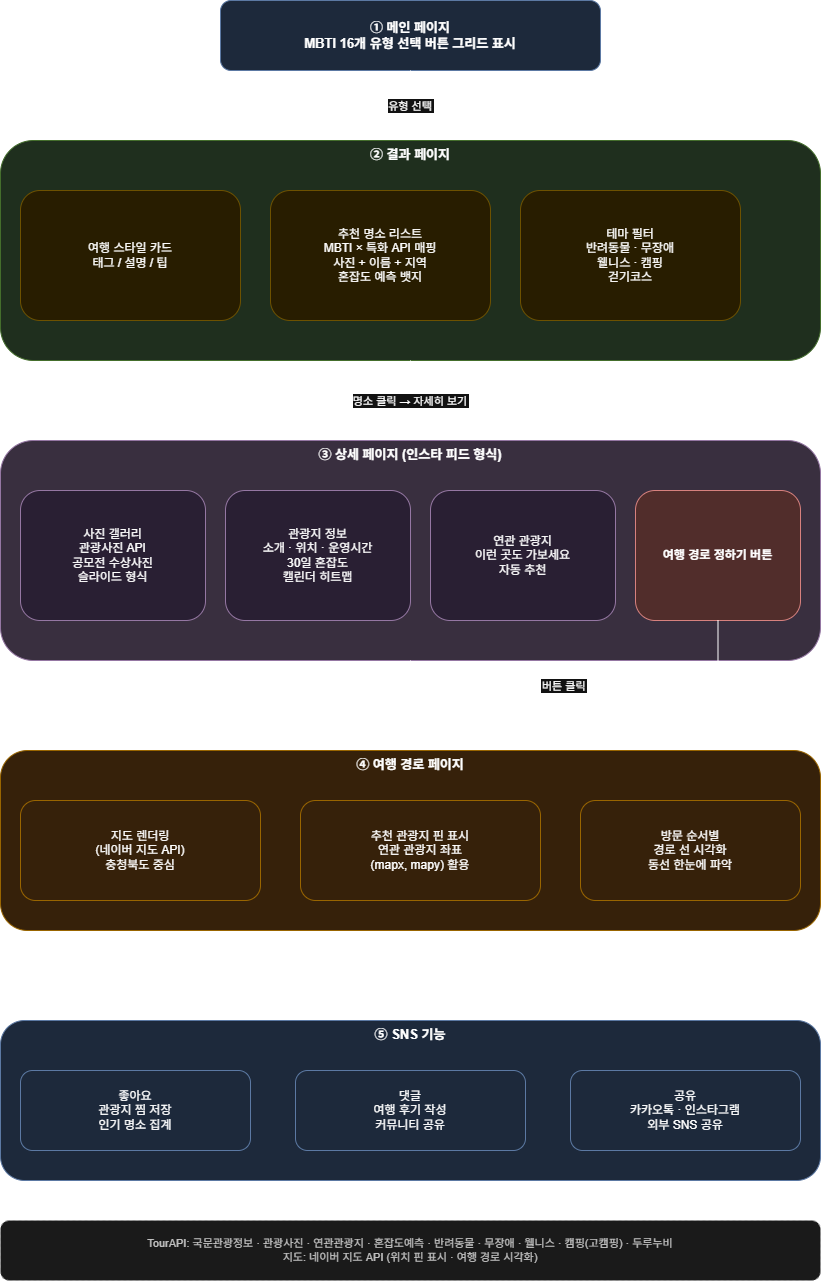
The draw.io diagram assets/flowchart-dark.png in rspstat/IYK, before a commit. Source tidied: cells renumbered, new cells last; positions are measured from the earlier drawing's top-left corner, leaving out a move shared by most shapes.
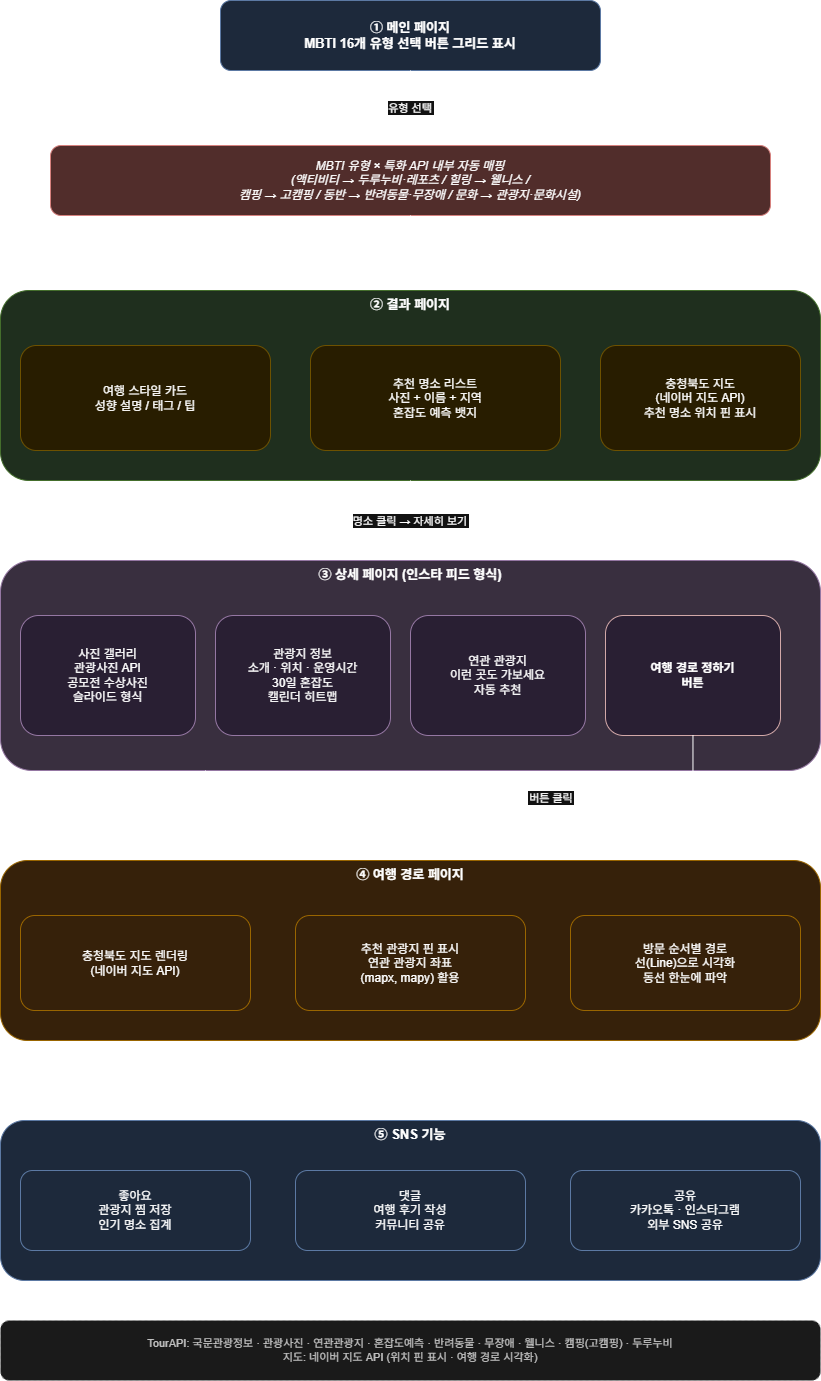
Above is the later version.

What changed in the source:
```diff
@@ -5,71 +5,77 @@
     <mxCell id="2" value="① 메인 페이지&#10;MBTI 16개 유형 선택 버튼 그리드 표시" style="rounded=1;whiteSpace=wrap;html=1;fillColor=#dae8fc;strokeColor=#6c8ebf;fontStyle=1;fontSize=13;" parent="1" vertex="1">
       <mxGeometry x="220" width="380" height="70" as="geometry" />
     </mxCell>
-    <mxCell id="3" value="유형 선택" style="edgeStyle=orthogonalEdgeStyle;" parent="1" edge="1" source="2" target="4">
+    <mxCell id="3" value="유형 선택" style="edgeStyle=orthogonalEdgeStyle;" parent="1" edge="1" source="2" target="25">
       <mxGeometry relative="1" as="geometry" />
     </mxCell>
+    <mxCell id="25" value="MBTI 유형 × 특화 API 내부 자동 매핑&#10;(액티비티 → 두루누비·레포츠 / 힐링 → 웰니스 /&#10;캠핑 → 고캠핑 / 동반 → 반려동물·무장애 / 문화 → 관광지·문화시설)" style="rounded=1;whiteSpace=wrap;html=1;fillColor=#f8cecc;strokeColor=#b85450;fontSize=12;fontStyle=2;" parent="1" vertex="1">
+      <mxGeometry x="50" y="145" width="720" height="70" as="geometry" />
+    </mxCell>
+    <mxCell id="26" style="edgeStyle=orthogonalEdgeStyle;" parent="1" edge="1" source="25" target="4">
+      <mxGeometry relative="1" as="geometry" />
+    </mxCell>
     <mxCell id="4" value="② 결과 페이지" style="rounded=1;whiteSpace=wrap;html=1;fillColor=#d5e8d4;strokeColor=#82b366;fontStyle=1;fontSize=13;verticalAlign=top;" parent="1" vertex="1">
-      <mxGeometry y="140" width="820" height="220" as="geometry" />
+      <mxGeometry y="290" width="820" height="190" as="geometry" />
     </mxCell>
-    <mxCell id="5" value="여행 스타일 카드&#10;태그 / 설명 / 팁" style="rounded=1;whiteSpace=wrap;html=1;fillColor=#fff2cc;strokeColor=#d6b656;fontSize=12;" parent="1" vertex="1">
-      <mxGeometry x="20" y="190" width="220" height="130" as="geometry" />
+    <mxCell id="5" value="여행 스타일 카드&#10;성향 설명 / 태그 / 팁" style="rounded=1;whiteSpace=wrap;html=1;fillColor=#fff2cc;strokeColor=#d6b656;fontSize=12;" parent="1" vertex="1">
+      <mxGeometry x="20" y="345" width="250" height="105" as="geometry" />
     </mxCell>
-    <mxCell id="6" value="추천 명소 리스트&#10;MBTI × 특화 API 매핑&#10;사진 + 이름 + 지역&#10;혼잡도 예측 뱃지" style="rounded=1;whiteSpace=wrap;html=1;fillColor=#fff2cc;strokeColor=#d6b656;fontSize=12;" parent="1" vertex="1">
-      <mxGeometry x="270" y="190" width="220" height="130" as="geometry" />
+    <mxCell id="6" value="추천 명소 리스트&#10;사진 + 이름 + 지역&#10;혼잡도 예측 뱃지" style="rounded=1;whiteSpace=wrap;html=1;fillColor=#fff2cc;strokeColor=#d6b656;fontSize=12;" parent="1" vertex="1">
+      <mxGeometry x="310" y="345" width="250" height="105" as="geometry" />
     </mxCell>
-    <mxCell id="7" value="테마 필터&#10;반려동물 · 무장애&#10;웰니스 · 캠핑&#10;걷기코스" style="rounded=1;whiteSpace=wrap;html=1;fillColor=#fff2cc;strokeColor=#d6b656;fontSize=12;" parent="1" vertex="1">
-      <mxGeometry x="520" y="190" width="220" height="130" as="geometry" />
+    <mxCell id="7" value="충청북도 지도&#10;(네이버 지도 API)&#10;추천 명소 위치 핀 표시" style="rounded=1;whiteSpace=wrap;html=1;fillColor=#fff2cc;strokeColor=#d6b656;fontSize=12;" parent="1" vertex="1">
+      <mxGeometry x="600" y="345" width="200" height="105" as="geometry" />
     </mxCell>
     <mxCell id="8" value="명소 클릭 → 자세히 보기" style="edgeStyle=orthogonalEdgeStyle;" parent="1" edge="1" source="4" target="9">
       <mxGeometry relative="1" as="geometry" />
     </mxCell>
     <mxCell id="9" value="③ 상세 페이지 (인스타 피드 형식)" style="rounded=1;whiteSpace=wrap;html=1;fillColor=#e1d5e7;strokeColor=#9673a6;fontStyle=1;fontSize=13;verticalAlign=top;" parent="1" vertex="1">
-      <mxGeometry y="440" width="820" height="220" as="geometry" />
+      <mxGeometry y="560" width="820" height="210" as="geometry" />
     </mxCell>
     <mxCell id="10" value="사진 갤러리&#10;관광사진 API&#10;공모전 수상사진&#10;슬라이드 형식" style="rounded=1;whiteSpace=wrap;html=1;fillColor=#f3e8ff;strokeColor=#9673a6;fontSize=12;" parent="1" vertex="1">
-      <mxGeometry x="20" y="490" width="185" height="130" as="geometry" />
+      <mxGeometry x="20" y="615" width="175" height="120" as="geometry" />
     </mxCell>
     <mxCell id="11" value="관광지 정보&#10;소개 · 위치 · 운영시간&#10;30일 혼잡도&#10;캘린더 히트맵" style="rounded=1;whiteSpace=wrap;html=1;fillColor=#f3e8ff;strokeColor=#9673a6;fontSize=12;" parent="1" vertex="1">
-      <mxGeometry x="225" y="490" width="185" height="130" as="geometry" />
+      <mxGeometry x="215" y="615" width="175" height="120" as="geometry" />
     </mxCell>
     <mxCell id="12" value="연관 관광지&#10;이런 곳도 가보세요&#10;자동 추천" style="rounded=1;whiteSpace=wrap;html=1;fillColor=#f3e8ff;strokeColor=#9673a6;fontSize=12;" parent="1" vertex="1">
-      <mxGeometry x="430" y="490" width="185" height="130" as="geometry" />
+      <mxGeometry x="410" y="615" width="175" height="120" as="geometry" />
     </mxCell>
-    <mxCell id="13" value="여행 경로 정하기 버튼" style="rounded=1;whiteSpace=wrap;html=1;fillColor=#f8cecc;strokeColor=#b85450;fontStyle=1;fontSize=12;" parent="1" vertex="1">
-      <mxGeometry x="635" y="490" width="165" height="130" as="geometry" />
+    <mxCell id="13" value="&lt;font style=&quot;color: light-dark(rgb(0, 0, 0), rgb(255, 255, 255));&quot;&gt;여행 경로 정하기&lt;br&gt;버튼&lt;/font&gt;" style="rounded=1;whiteSpace=wrap;html=1;fillColor=#F3E8FF;strokeColor=#6c3b3b;fontColor=#ffffff;fontStyle=1;fontSize=12;" parent="1" vertex="1">
+      <mxGeometry x="605" y="615" width="175" height="120" as="geometry" />
     </mxCell>
     <mxCell id="14" value="버튼 클릭" style="edgeStyle=orthogonalEdgeStyle;" parent="1" edge="1" source="13" target="16">
       <mxGeometry relative="1" as="geometry" />
     </mxCell>
-    <mxCell id="15" value="소셜 기능" style="edgeStyle=orthogonalEdgeStyle;exitX=0.5;exitY=1;exitDx=0;exitDy=0;" parent="1" edge="1" source="9" target="20">
+    <mxCell id="15" value="소셜 기능" style="edgeStyle=orthogonalEdgeStyle;exitX=0.25;exitY=1;exitDx=0;exitDy=0;" parent="1" edge="1" source="9" target="20">
       <mxGeometry relative="1" as="geometry" />
     </mxCell>
     <mxCell id="16" value="④ 여행 경로 페이지" style="rounded=1;whiteSpace=wrap;html=1;fillColor=#ffe6cc;strokeColor=#d79b00;fontStyle=1;fontSize=13;verticalAlign=top;" parent="1" vertex="1">
-      <mxGeometry y="750" width="820" height="180" as="geometry" />
+      <mxGeometry y="860" width="820" height="180" as="geometry" />
     </mxCell>
-    <mxCell id="17" value="지도 렌더링&#10;(네이버 지도 API)&#10;충청북도 중심" style="rounded=1;whiteSpace=wrap;html=1;fillColor=#ffe6cc;strokeColor=#d79b00;fontSize=12;" parent="1" vertex="1">
-      <mxGeometry x="20" y="800" width="240" height="100" as="geometry" />
+    <mxCell id="17" value="충청북도 지도 렌더링&#10;(네이버 지도 API)" style="rounded=1;whiteSpace=wrap;html=1;fillColor=#ffe6cc;strokeColor=#d79b00;fontSize=12;" parent="1" vertex="1">
+      <mxGeometry x="20" y="915" width="230" height="95" as="geometry" />
     </mxCell>
     <mxCell id="18" value="추천 관광지 핀 표시&#10;연관 관광지 좌표&#10;(mapx, mapy) 활용" style="rounded=1;whiteSpace=wrap;html=1;fillColor=#ffe6cc;strokeColor=#d79b00;fontSize=12;" parent="1" vertex="1">
-      <mxGeometry x="300" y="800" width="240" height="100" as="geometry" />
+      <mxGeometry x="295" y="915" width="230" height="95" as="geometry" />
     </mxCell>
-    <mxCell id="19" value="방문 순서별&#10;경로 선 시각화&#10;동선 한눈에 파악" style="rounded=1;whiteSpace=wrap;html=1;fillColor=#ffe6cc;strokeColor=#d79b00;fontSize=12;" parent="1" vertex="1">
-      <mxGeometry x="580" y="800" width="220" height="100" as="geometry" />
+    <mxCell id="19" value="방문 순서별 경로&#10;선(Line)으로 시각화&#10;동선 한눈에 파악" style="rounded=1;whiteSpace=wrap;html=1;fillColor=#ffe6cc;strokeColor=#d79b00;fontSize=12;" parent="1" vertex="1">
+      <mxGeometry x="570" y="915" width="230" height="95" as="geometry" />
     </mxCell>
     <mxCell id="20" value="⑤ SNS 기능" style="rounded=1;whiteSpace=wrap;html=1;fillColor=#dae8fc;strokeColor=#6c8ebf;fontStyle=1;fontSize=13;verticalAlign=top;" parent="1" vertex="1">
-      <mxGeometry y="1020" width="820" height="160" as="geometry" />
+      <mxGeometry y="1120" width="820" height="160" as="geometry" />
     </mxCell>
     <mxCell id="21" value="좋아요&#10;관광지 찜 저장&#10;인기 명소 집계" style="rounded=1;whiteSpace=wrap;html=1;fillColor=#dae8fc;strokeColor=#6c8ebf;fontSize=12;" parent="1" vertex="1">
-      <mxGeometry x="20" y="1070" width="230" height="80" as="geometry" />
+      <mxGeometry x="20" y="1170" width="230" height="80" as="geometry" />
     </mxCell>
     <mxCell id="22" value="댓글&#10;여행 후기 작성&#10;커뮤니티 공유" style="rounded=1;whiteSpace=wrap;html=1;fillColor=#dae8fc;strokeColor=#6c8ebf;fontSize=12;" parent="1" vertex="1">
-      <mxGeometry x="295" y="1070" width="230" height="80" as="geometry" />
+      <mxGeometry x="295" y="1170" width="230" height="80" as="geometry" />
     </mxCell>
     <mxCell id="23" value="공유&#10;카카오톡 · 인스타그램&#10;외부 SNS 공유" style="rounded=1;whiteSpace=wrap;html=1;fillColor=#dae8fc;strokeColor=#6c8ebf;fontSize=12;" parent="1" vertex="1">
-      <mxGeometry x="570" y="1070" width="230" height="80" as="geometry" />
+      <mxGeometry x="570" y="1170" width="230" height="80" as="geometry" />
     </mxCell>
     <mxCell id="24" value="TourAPI: 국문관광정보 · 관광사진 · 연관관광지 · 혼잡도예측 · 반려동물 · 무장애 · 웰니스 · 캠핑(고캠핑) · 두루누비&#10;지도: 네이버 지도 API (위치 핀 표시 · 여행 경로 시각화)" style="rounded=1;whiteSpace=wrap;html=1;fillColor=#f5f5f5;strokeColor=#666666;fontColor=#333333;fontSize=11;dashed=1;" parent="1" vertex="1">
-      <mxGeometry y="1220" width="820" height="60" as="geometry" />
+      <mxGeometry y="1320" width="820" height="60" as="geometry" />
     </mxCell>
   </root>
 </mxGraphModel>
```
